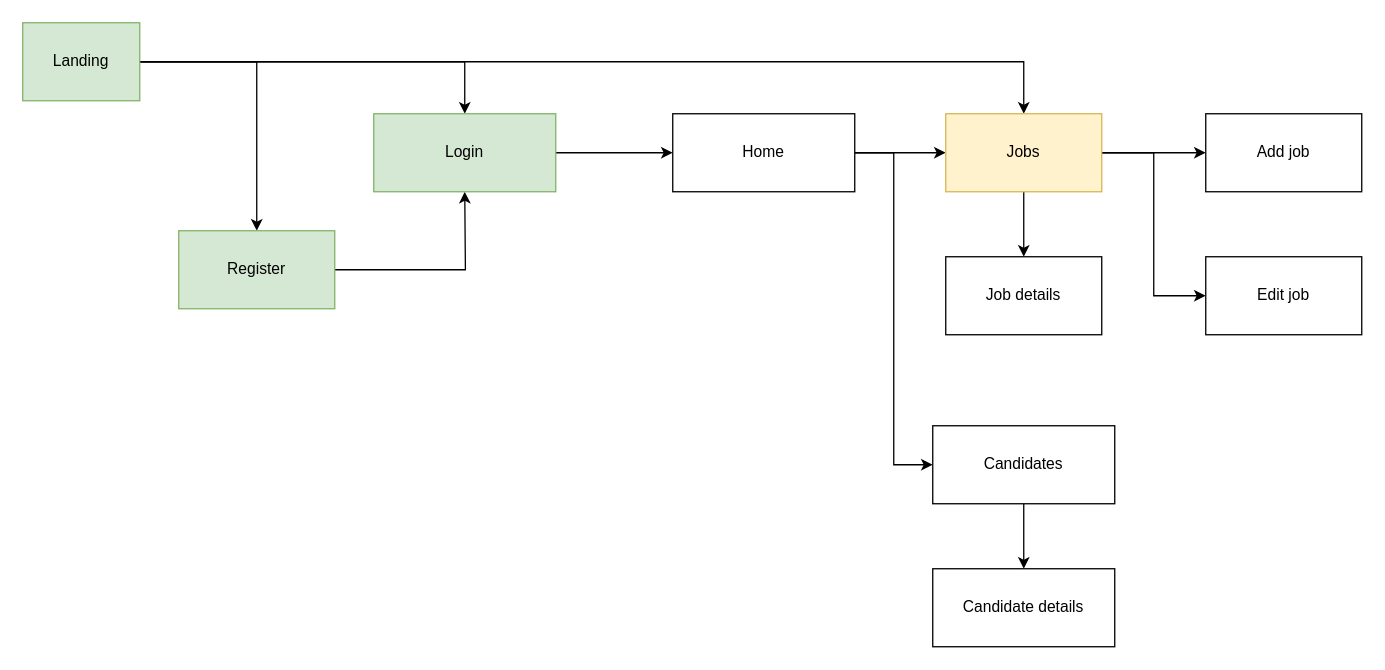
This is page "routing company" (1 of 2) of docs/2 design/routing.drawio from DavidIrm/hr-app, a draw.io file, before an edit. Source tidied: cells renumbered, new cells numbered last; positions are measured from the earlier drawing's top-left corner, leaving out a move shared by most shapes. Both pictures are drawn from the tidied source at 130%, with x=0, y=0 at pixel (22, 22).
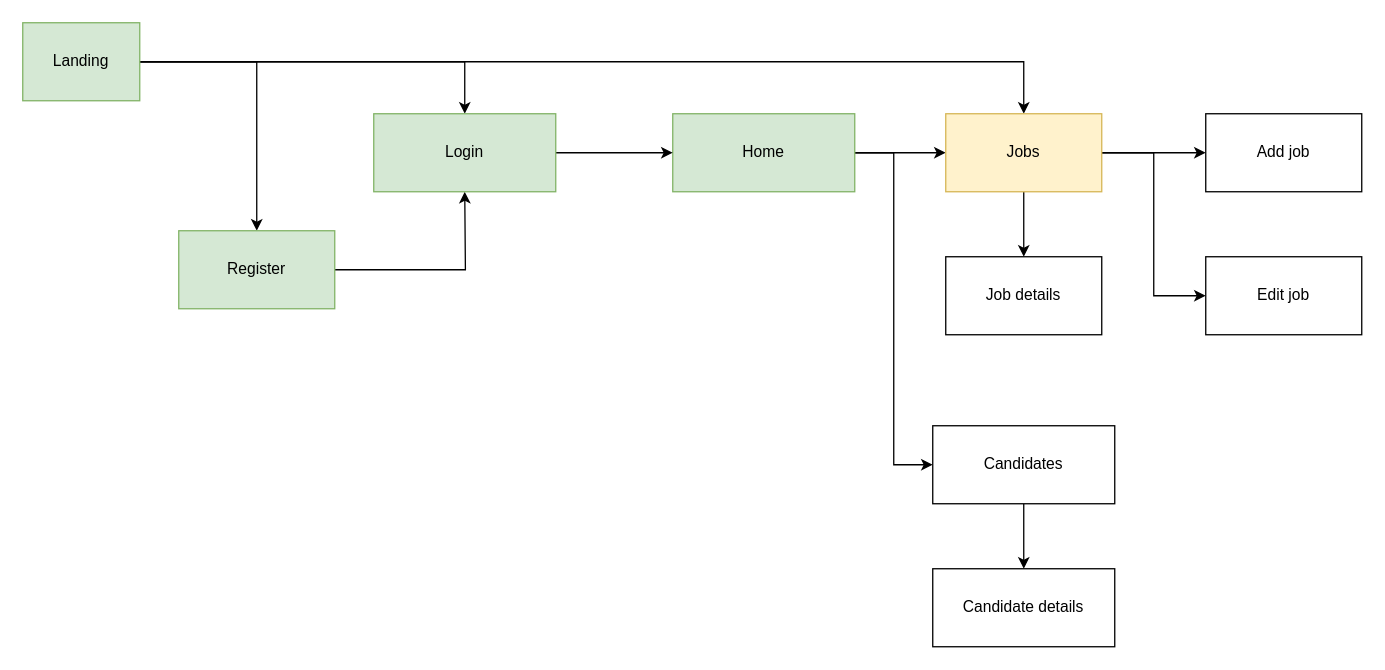
Above is the later version.

Diff of the diagram source:
```diff
@@
-    <mxCell id="4" value="Home" style="rounded=0;whiteSpace=wrap;html=1;sketch=0;" parent="1" vertex="1">
+    <mxCell id="4" value="Home" style="rounded=0;whiteSpace=wrap;html=1;sketch=0;fillColor=#d5e8d4;strokeColor=#82b366;" parent="1" vertex="1">
       <mxGeometry x="500" y="70" width="140" height="60" as="geometry" />
     </mxCell>
```
